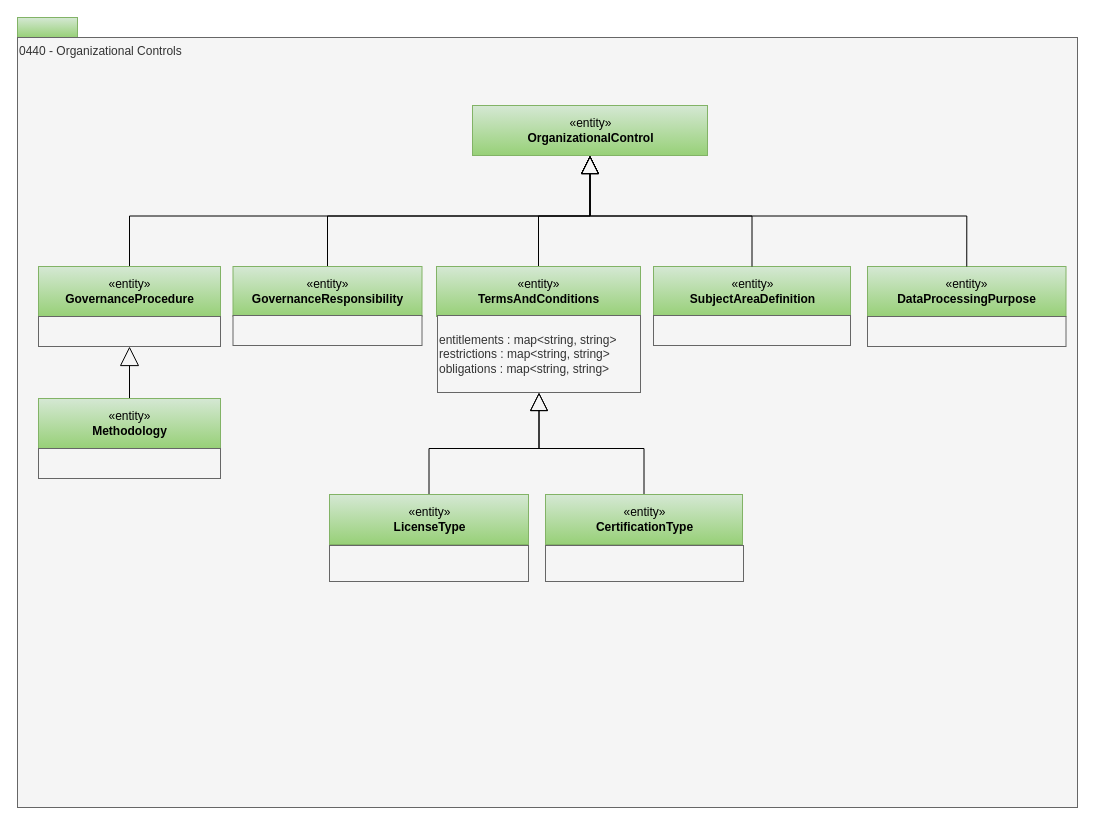
Earlier version of the draw.io diagram page "0440-Organizational-Controls" (14 of 29) of site/docs/types/4/area-4-governance.drawio (odpi/egeria-docs). Source tidied: cells renumbered, new cells numbered last; positions are measured from the earlier drawing's top-left corner, leaving out a move shared by most shapes. Both pictures are drawn from the tidied source at 100%, with x=0, y=0 at pixel (17, 17).
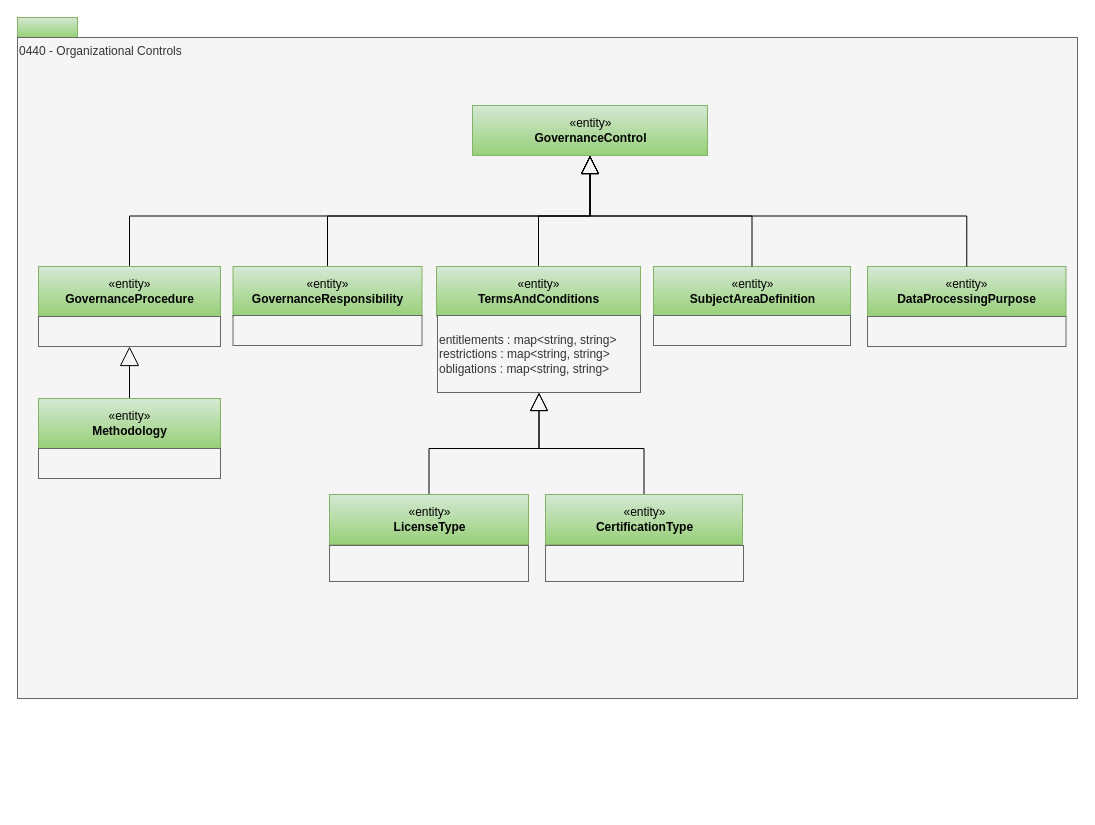
After the change.

What changed in the source:
```diff
@@
     <mxCell id="3" value="0440 - Organizational Controls" style="rounded=0;whiteSpace=wrap;html=1;align=left;verticalAlign=top;fillColor=#f5f5f5;fontColor=#333333;strokeColor=#666666;" parent="1" vertex="1">
-      <mxGeometry y="20" width="1060" height="770" as="geometry" />
+      <mxGeometry y="20" width="1060" height="661" as="geometry" />
     </mxCell>
-    <mxCell id="4" value="«entity»&lt;br&gt;&lt;b&gt;OrganizationalControl&lt;/b&gt;" style="html=1;strokeColor=#82b366;align=center;fillColor=#d5e8d4;gradientColor=#97d077;" parent="1" vertex="1">
+    <mxCell id="4" value="«entity»&lt;br&gt;&lt;b&gt;GovernanceControl&lt;/b&gt;" style="html=1;strokeColor=#82b366;align=center;fillColor=#d5e8d4;gradientColor=#97d077;" parent="1" vertex="1">
       <mxGeometry x="455" y="88" width="235" height="50" as="geometry" />
     </mxCell>
```
